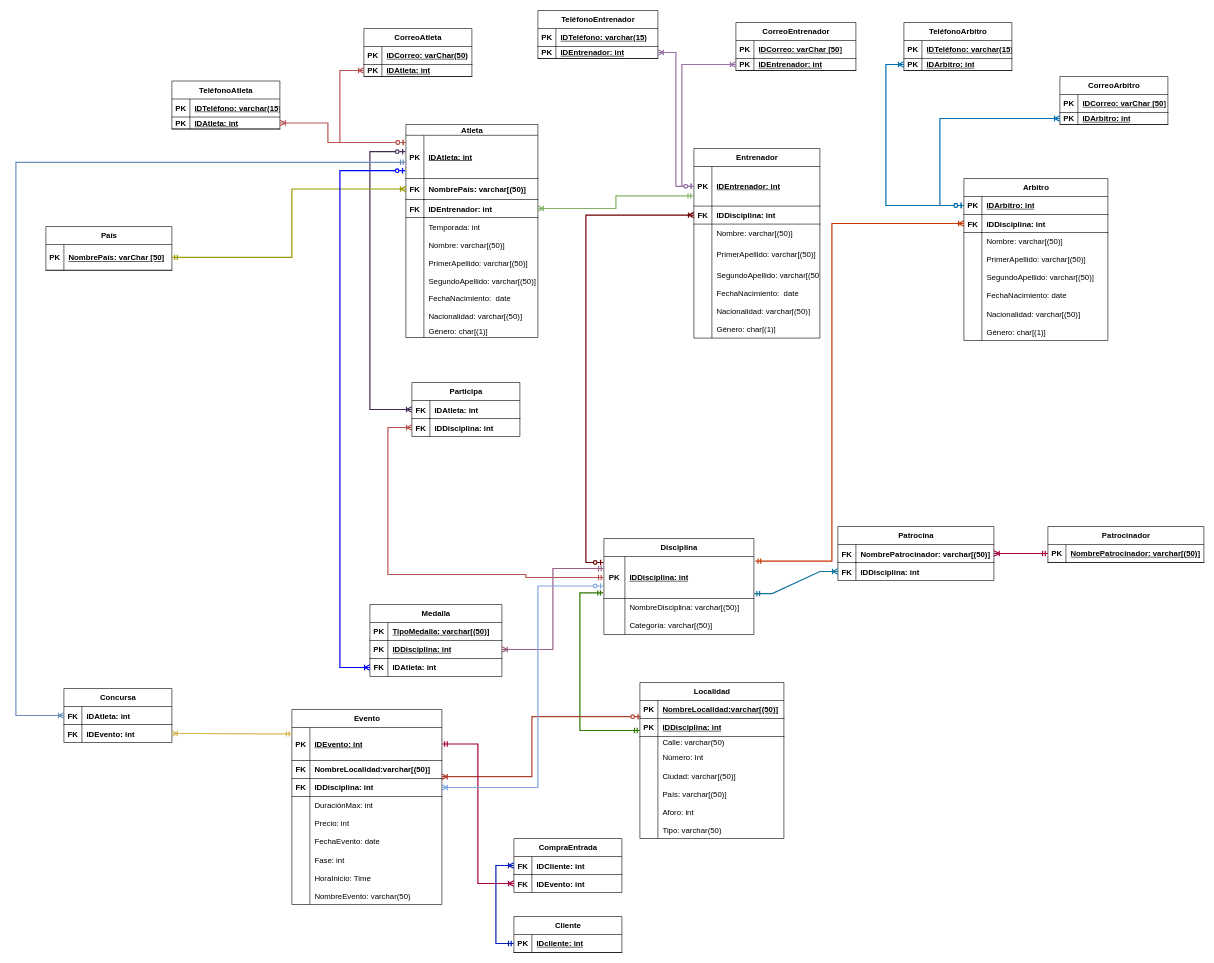
Above: ProyectoFinal_Excelbenders/Diagramas/RelacionalExcelbenders.drawio in JuanSosaCiencias/TrabajosBDD (draw.io), before the change. Source tidied: cells renumbered, new cells numbered last; positions are measured from the earlier drawing's top-left corner, leaving out a move shared by most shapes. Both pictures are drawn from the tidied source at 60%, with x=0, y=0 at pixel (16, 10).
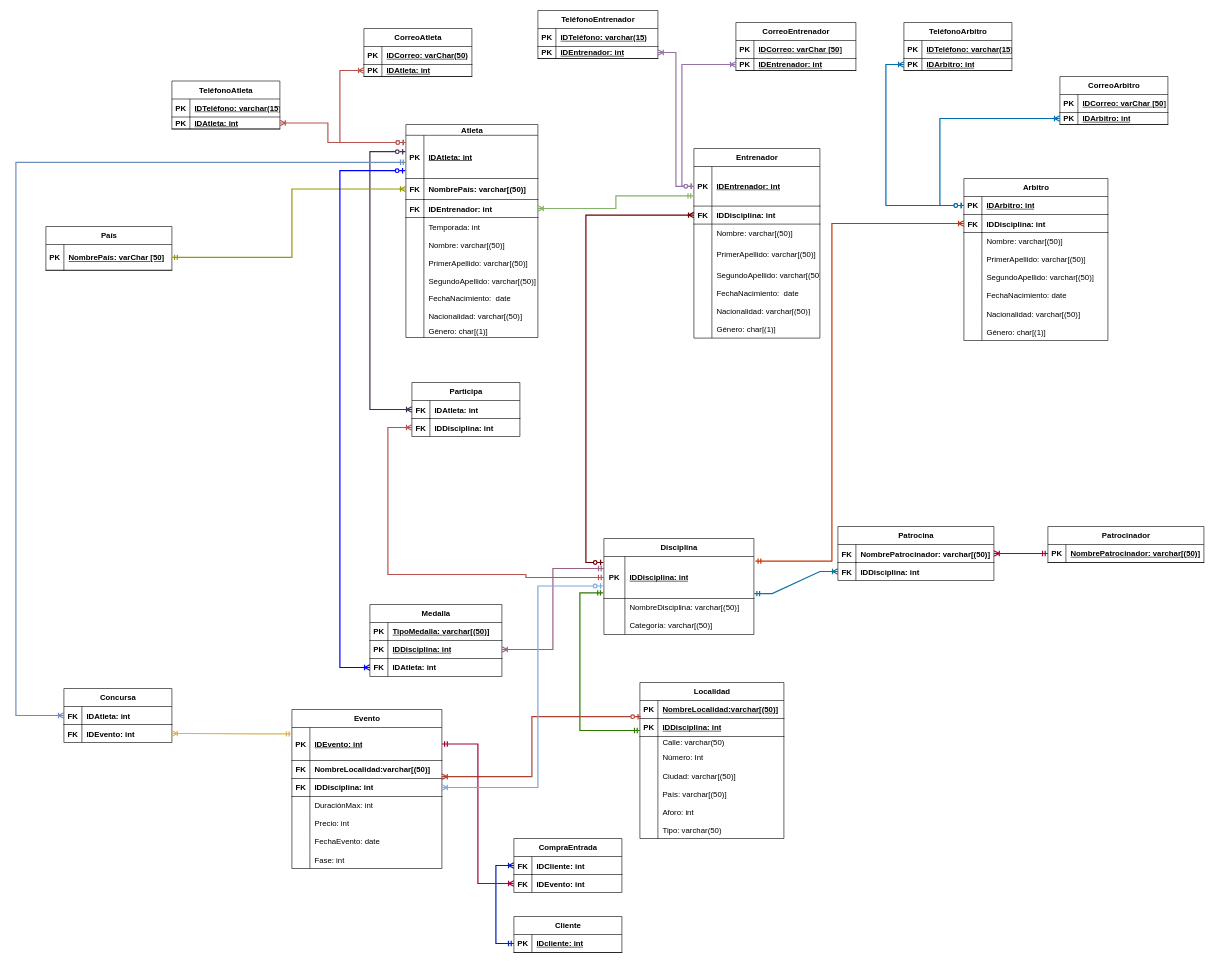
Above is the later version.

Commit message (it also covers changes not shown here):
pequeño cambio en diagramas

The edit, as a diff of the source:
```diff
@@
     <mxCell id="2" value="Evento" style="shape=table;startSize=30;childLayout=tableLayout;rowLines=0;fontStyle=1;align=center;html=1;fontSize=13;" parent="1" vertex="1">
-      <mxGeometry x="460" y="1165" width="250" height="325" as="geometry" />
+      <mxGeometry x="460" y="1165" width="250" height="265" as="geometry" />
     </mxCell>
@@
-    <mxCell id="24" style="shape=tableRow;horizontal=0;startSize=0;swimlaneHead=0;swimlaneBody=0;fillColor=none;top=0;left=0;right=0;bottom=0;fontSize=13;" parent="2" vertex="1">
-      <mxGeometry y="265" width="250" height="30" as="geometry" />
-    </mxCell>
-    <mxCell id="25" style="shape=partialRectangle;fillColor=none;top=0;left=0;bottom=0;right=0;overflow=hidden;fontSize=13;" parent="24" vertex="1">
-      <mxGeometry width="30" height="30" as="geometry" />
-    </mxCell>
-    <mxCell id="26" value="HoraInicio: Time" style="shape=partialRectangle;fillColor=none;top=0;left=0;bottom=0;right=0;align=left;spacingLeft=6;overflow=hidden;fontSize=13;" parent="24" vertex="1">
-      <mxGeometry x="30" width="220" height="30" as="geometry" />
-    </mxCell>
-    <mxCell id="27" style="shape=tableRow;horizontal=0;startSize=0;swimlaneHead=0;swimlaneBody=0;fillColor=none;top=0;left=0;right=0;bottom=0;fontSize=13;" parent="2" vertex="1">
-      <mxGeometry y="295" width="250" height="30" as="geometry" />
-    </mxCell>
-    <mxCell id="28" style="shape=partialRectangle;fillColor=none;top=0;left=0;bottom=0;right=0;overflow=hidden;fontSize=13;" parent="27" vertex="1">
-      <mxGeometry width="30" height="30" as="geometry" />
-    </mxCell>
-    <mxCell id="29" value="NombreEvento: varchar(50)" style="shape=partialRectangle;fillColor=none;top=0;left=0;bottom=0;right=0;align=left;spacingLeft=6;overflow=hidden;fontSize=13;" parent="27" vertex="1">
-      <mxGeometry x="30" width="220" height="30" as="geometry" />
-    </mxCell>
```
